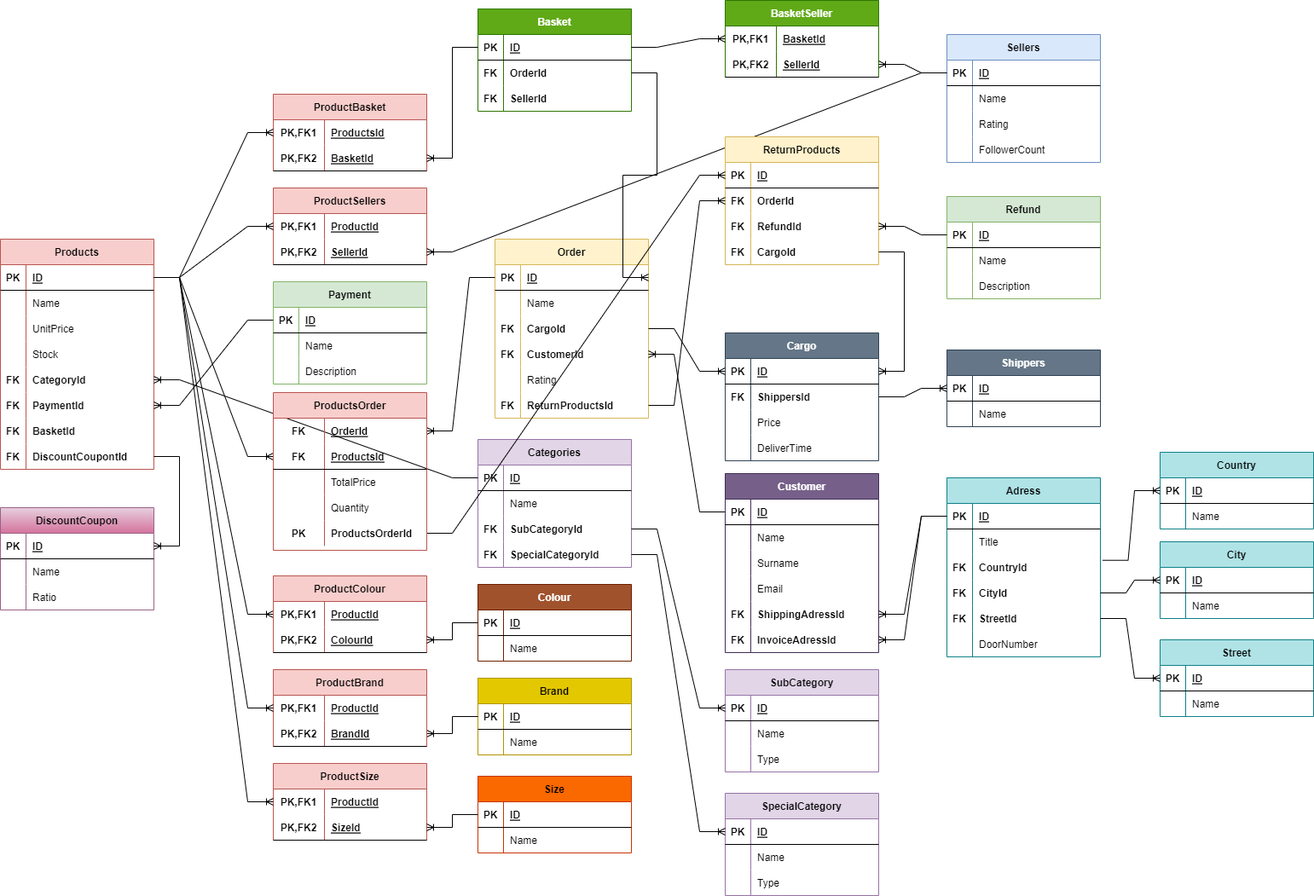
Earlier version of the draw.io export 24-11-2022_Pair9_HW.drawio.png (ZakirMK/Etiya-Akademi). Source tidied: cells renumbered, new cells last; positions are measured from the earlier drawing's top-left corner, leaving out a move shared by most shapes.
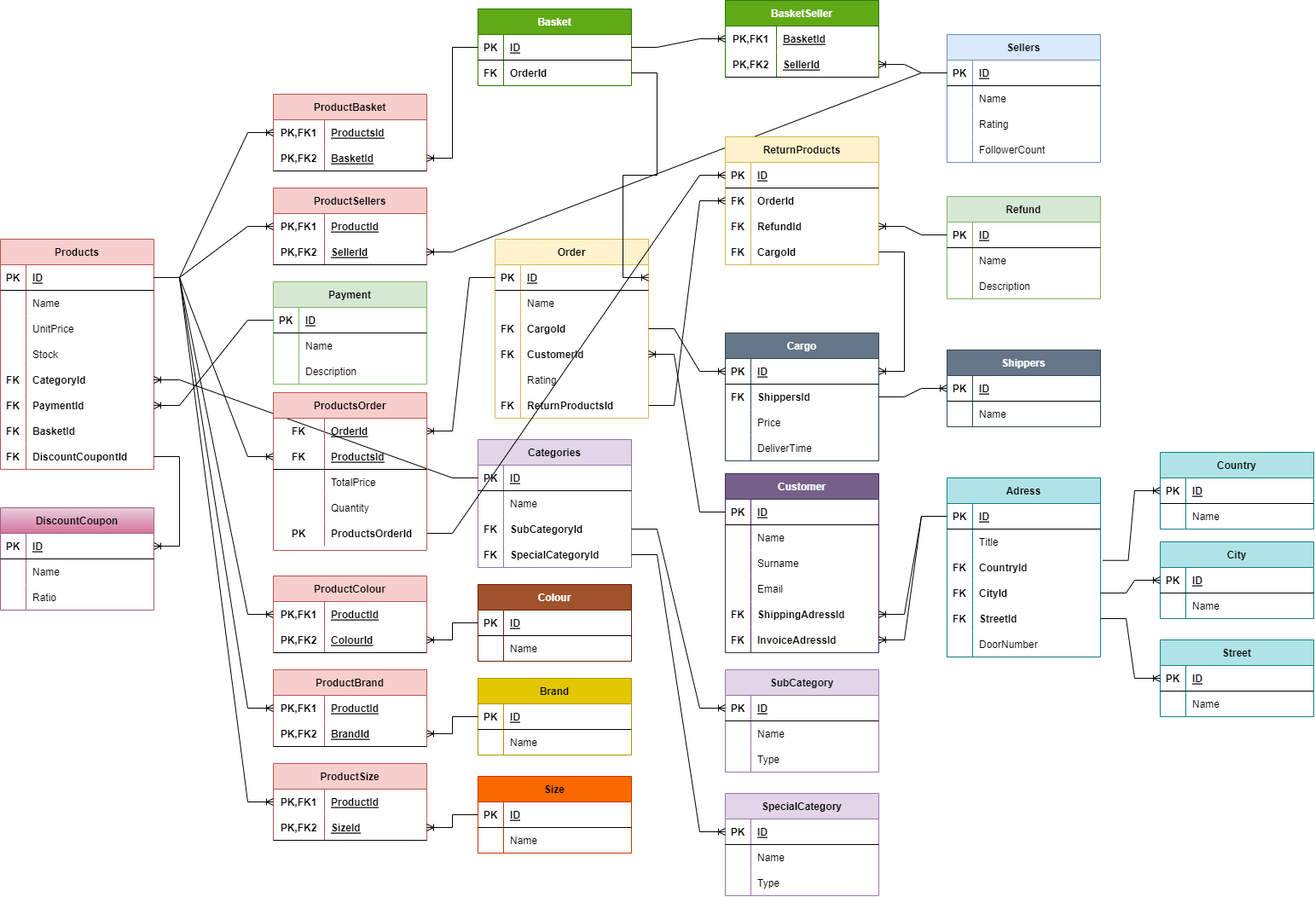
The same file after the commit.

Diff of the diagram source:
```diff
@@ -582,7 +582,7 @@
       <mxGeometry relative="1" as="geometry" />
     </mxCell>
     <mxCell id="195" value="Basket" style="shape=table;startSize=30;rowLines=0;fontStyle=1;align=center;fillColor=#60a917;fontColor=#ffffff;strokeColor=#2D7600;" parent="1" vertex="1">
-      <mxGeometry x="560" y="10" width="180" height="120" as="geometry" />
+      <mxGeometry x="560" y="10" width="180" height="90" as="geometry" />
     </mxCell>
     <mxCell id="196" style="shape=tableRow;horizontal=0;startSize=0;swimlaneHead=0;swimlaneBody=0;fillColor=none;points=[[0,0.5],[1,0.5]];portConstraint=eastwest;top=0;left=0;right=0;bottom=1;" parent="195" vertex="1">
       <mxGeometry y="30" width="180" height="30" as="geometry" />
@@ -602,15 +602,6 @@
     <mxCell id="201" value="OrderId" style="shape=partialRectangle;fillColor=none;top=0;left=0;bottom=0;right=0;align=left;spacingLeft=6;overflow=hidden;fontStyle=1;" parent="199" vertex="1">
       <mxGeometry x="30" width="150" height="30" as="geometry" />
     </mxCell>
-    <mxCell id="202" style="shape=tableRow;horizontal=0;startSize=0;swimlaneHead=0;swimlaneBody=0;fillColor=none;top=0;left=0;right=0;bottom=0;" parent="195" vertex="1">
-      <mxGeometry y="90" width="180" height="30" as="geometry" />
-    </mxCell>
-    <mxCell id="203" value="FK" style="shape=partialRectangle;fillColor=none;top=0;left=0;bottom=0;right=0;overflow=hidden;fontStyle=1;" parent="202" vertex="1">
-      <mxGeometry width="30" height="30" as="geometry" />
-    </mxCell>
-    <mxCell id="204" value="SellerId" style="shape=partialRectangle;fillColor=none;top=0;left=0;bottom=0;right=0;align=left;spacingLeft=6;overflow=hidden;fontStyle=1;" parent="202" vertex="1">
-      <mxGeometry x="30" width="150" height="30" as="geometry" />
-    </mxCell>
     <mxCell id="205" value="ProductBasket" style="shape=table;startSize=30;rowLines=0;fontStyle=1;align=center;fillColor=#f8cecc;strokeColor=#b85450;" parent="1" vertex="1">
       <mxGeometry x="320" y="110" width="180" height="90" as="geometry" />
     </mxCell>
```
